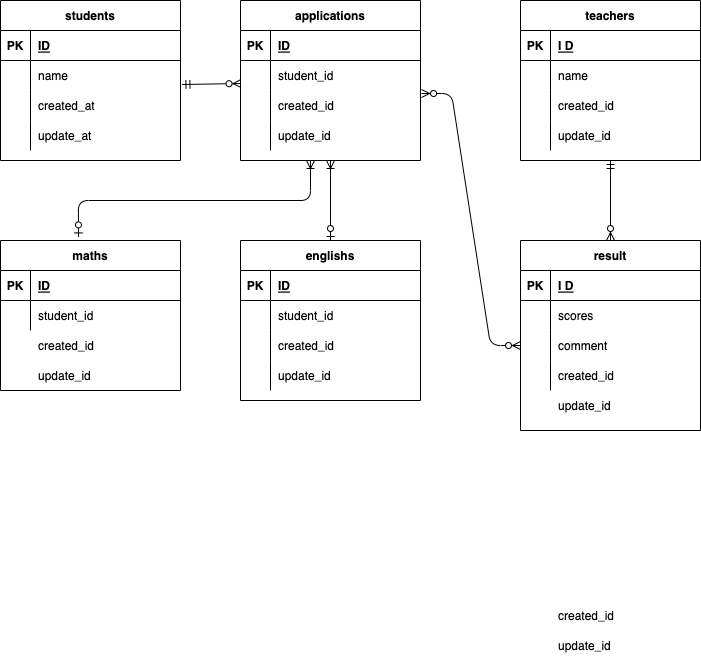
This is index.drawio.png from FukumuraTakayuki/20221019ERtest, a draw.io export, as it was before one commit. Source tidied: cells renumbered, new cells last; positions are measured from the earlier drawing's top-left corner, leaving out a move shared by most shapes.
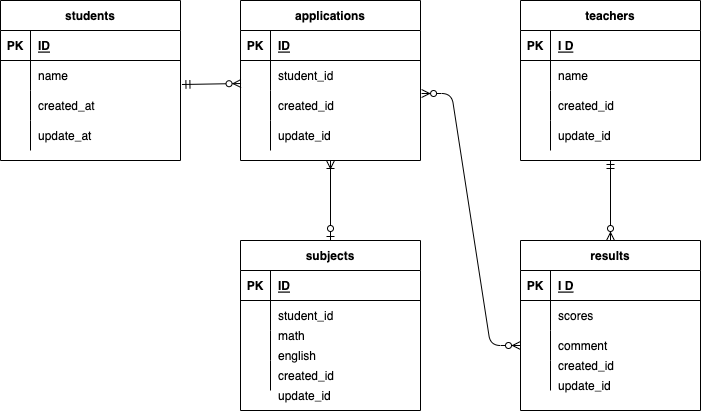
Above is the later version.

Diff of the diagram source:
```diff
@@ -80,8 +80,8 @@
     <mxCell id="27" value="update_id" style="shape=partialRectangle;fillColor=none;top=0;left=0;bottom=0;right=0;align=left;spacingLeft=6;overflow=hidden;" parent="25" vertex="1">
       <mxGeometry x="30" width="150" height="30" as="geometry" />
     </mxCell>
-    <mxCell id="28" value="englishs" style="shape=table;startSize=30;rowLines=0;fontStyle=1;align=center;" parent="1" vertex="1">
-      <mxGeometry x="240" y="240" width="180" height="160" as="geometry" />
+    <mxCell id="28" value="subjects" style="shape=table;startSize=30;rowLines=0;fontStyle=1;align=center;" parent="1" vertex="1">
+      <mxGeometry x="240" y="240" width="180" height="170" as="geometry" />
     </mxCell>
     <mxCell id="29" style="shape=partialRectangle;fillColor=none;top=0;left=0;bottom=1;right=0;" parent="28" vertex="1">
       <mxGeometry y="30" width="180" height="30" as="geometry" />
@@ -119,8 +119,8 @@
     <mxCell id="40" style="shape=partialRectangle;fillColor=none;top=0;left=0;bottom=0;right=0;align=left;spacingLeft=6;overflow=hidden;" parent="38" vertex="1">
       <mxGeometry x="30" width="150" height="30" as="geometry" />
     </mxCell>
-    <mxCell id="41" value="result" style="shape=table;startSize=30;rowLines=0;fontStyle=1;align=center;" parent="1" vertex="1">
-      <mxGeometry x="520" y="240" width="180" height="190" as="geometry" />
+    <mxCell id="41" value="results" style="shape=table;startSize=30;rowLines=0;fontStyle=1;align=center;" parent="1" vertex="1">
+      <mxGeometry x="520" y="240" width="180" height="170" as="geometry" />
     </mxCell>
     <mxCell id="42" style="shape=partialRectangle;fillColor=none;top=0;left=0;bottom=1;right=0;" parent="41" vertex="1">
       <mxGeometry y="30" width="180" height="30" as="geometry" />
@@ -198,65 +198,29 @@
       <mxGeometry x="30" width="150" height="30" as="geometry" />
     </mxCell>
     <mxCell id="67" value="created_id" style="shape=partialRectangle;fillColor=none;top=0;left=0;bottom=0;right=0;align=left;spacingLeft=6;overflow=hidden;" parent="1" vertex="1">
-      <mxGeometry x="270" y="330" width="150" height="30" as="geometry" />
+      <mxGeometry x="270" y="360" width="150" height="30" as="geometry" />
     </mxCell>
     <mxCell id="68" value="update_id" style="shape=partialRectangle;fillColor=none;top=0;left=0;bottom=0;right=0;align=left;spacingLeft=6;overflow=hidden;" parent="1" vertex="1">
-      <mxGeometry x="270" y="360" width="150" height="30" as="geometry" />
+      <mxGeometry x="270" y="380" width="150" height="30" as="geometry" />
     </mxCell>
     <mxCell id="69" value="created_id" style="shape=partialRectangle;fillColor=none;top=0;left=0;bottom=0;right=0;align=left;spacingLeft=6;overflow=hidden;" parent="1" vertex="1">
-      <mxGeometry x="550" y="360" width="150" height="30" as="geometry" />
+      <mxGeometry x="550" y="350" width="150" height="30" as="geometry" />
     </mxCell>
     <mxCell id="70" value="update_id" style="shape=partialRectangle;fillColor=none;top=0;left=0;bottom=0;right=0;align=left;spacingLeft=6;overflow=hidden;" parent="1" vertex="1">
-      <mxGeometry x="550" y="390" width="150" height="30" as="geometry" />
+      <mxGeometry x="550" y="370" width="150" height="30" as="geometry" />
     </mxCell>
-    <mxCell id="71" value="created_id" style="shape=partialRectangle;fillColor=none;top=0;left=0;bottom=0;right=0;align=left;spacingLeft=6;overflow=hidden;" parent="1" vertex="1">
-      <mxGeometry x="550" y="600" width="150" height="30" as="geometry" />
-    </mxCell>
-    <mxCell id="72" value="update_id" style="shape=partialRectangle;fillColor=none;top=0;left=0;bottom=0;right=0;align=left;spacingLeft=6;overflow=hidden;" parent="1" vertex="1">
-      <mxGeometry x="550" y="630" width="150" height="30" as="geometry" />
-    </mxCell>
     <mxCell id="73" style="fontSize=12;html=1;endArrow=ERzeroToMany;startArrow=ERmandOne;exitX=1.008;exitY=0.8;exitDx=0;exitDy=0;exitPerimeter=0;entryX=0.003;entryY=0.767;entryDx=0;entryDy=0;entryPerimeter=0;" parent="1" edge="1" source="6" target="19">
       <mxGeometry relative="1" as="geometry" />
     </mxCell>
     <mxCell id="74" style="fontSize=12;html=1;endArrow=ERzeroToMany;startArrow=ERmandOne;exitX=0.5;exitY=1;exitDx=0;exitDy=0;entryX=0.5;entryY=0;entryDx=0;entryDy=0;" parent="1" edge="1" source="54" target="41">
       <mxGeometry relative="1" as="geometry" />
     </mxCell>
-    <mxCell id="75" value="maths" style="shape=table;startSize=30;rowLines=0;fontStyle=1;align=center;" parent="1" vertex="1">
-      <mxGeometry y="240" width="180" height="150" as="geometry" />
-    </mxCell>
-    <mxCell id="76" style="shape=partialRectangle;fillColor=none;top=0;left=0;bottom=1;right=0;" parent="75" vertex="1">
-      <mxGeometry y="30" width="180" height="30" as="geometry" />
-    </mxCell>
-    <mxCell id="77" value="PK" style="shape=partialRectangle;fillColor=none;top=0;left=0;bottom=0;right=0;fontStyle=1;overflow=hidden;" parent="76" vertex="1">
-      <mxGeometry width="30" height="30" as="geometry" />
-    </mxCell>
-    <mxCell id="78" value="ID" style="shape=partialRectangle;fillColor=none;top=0;left=0;bottom=0;right=0;align=left;spacingLeft=6;fontStyle=5;overflow=hidden;" parent="76" vertex="1">
-      <mxGeometry x="30" width="150" height="30" as="geometry" />
-    </mxCell>
-    <mxCell id="79" style="shape=partialRectangle;fillColor=none;top=0;left=0;bottom=0;right=0;" parent="75" vertex="1">
-      <mxGeometry y="60" width="180" height="30" as="geometry" />
-    </mxCell>
-    <mxCell id="80" style="shape=partialRectangle;fillColor=none;top=0;left=0;bottom=0;right=0;overflow=hidden;" parent="79" vertex="1">
-      <mxGeometry width="30" height="30" as="geometry" />
-    </mxCell>
-    <mxCell id="81" value="student_id" style="shape=partialRectangle;fillColor=none;top=0;left=0;bottom=0;right=0;align=left;spacingLeft=6;overflow=hidden;" parent="79" vertex="1">
-      <mxGeometry x="30" width="150" height="30" as="geometry" />
-    </mxCell>
-    <mxCell id="82" value="created_id" style="shape=partialRectangle;fillColor=none;top=0;left=0;bottom=0;right=0;align=left;spacingLeft=6;overflow=hidden;" parent="1" vertex="1">
-      <mxGeometry x="30" y="330" width="150" height="30" as="geometry" />
+    <mxCell id="82" value="english" style="shape=partialRectangle;fillColor=none;top=0;left=0;bottom=0;right=0;align=left;spacingLeft=6;overflow=hidden;" parent="1" vertex="1">
+      <mxGeometry x="270" y="340" width="150" height="30" as="geometry" />
     </mxCell>
-    <mxCell id="83" value="update_id" style="shape=partialRectangle;fillColor=none;top=0;left=0;bottom=0;right=0;align=left;spacingLeft=6;overflow=hidden;" parent="1" vertex="1">
-      <mxGeometry x="30" y="360" width="150" height="30" as="geometry" />
+    <mxCell id="83" value="math" style="shape=partialRectangle;fillColor=none;top=0;left=0;bottom=0;right=0;align=left;spacingLeft=6;overflow=hidden;" parent="1" vertex="1">
+      <mxGeometry x="270" y="320" width="150" height="30" as="geometry" />
     </mxCell>
-    <mxCell id="84" style="edgeStyle=orthogonalEdgeStyle;fontSize=12;html=1;endArrow=ERoneToMany;startArrow=ERzeroToOne;exitX=0.433;exitY=-0.024;exitDx=0;exitDy=0;exitPerimeter=0;" parent="1" edge="1" source="75">
-      <mxGeometry relative="1" as="geometry">
-        <mxPoint x="310" y="160" as="targetPoint" />
-        <Array as="points">
-          <mxPoint x="78" y="200" />
-          <mxPoint x="310" y="200" />
-        </Array>
-      </mxGeometry>
-    </mxCell>
     <mxCell id="85" style="fontSize=12;html=1;endArrow=ERoneToMany;startArrow=ERzeroToOne;entryX=0.5;entryY=1;entryDx=0;entryDy=0;exitX=0.5;exitY=0;exitDx=0;exitDy=0;" parent="1" edge="1" source="28" target="15">
       <mxGeometry relative="1" as="geometry" />
     </mxCell>
```
